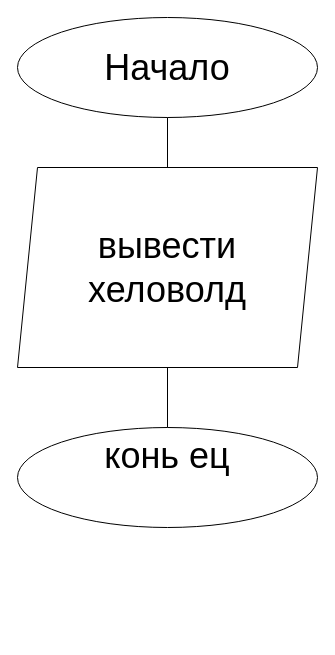
Above: Untitled Diagram.drawio in fbfbdbnfx/KhadyevKKk (draw.io), before the change. Source tidied: cells renumbered, new cells numbered last; positions are measured from the earlier drawing's top-left corner, leaving out a move shared by most shapes. Both pictures are drawn from the tidied source at 100%, with x=0, y=0 at pixel (17, 17).
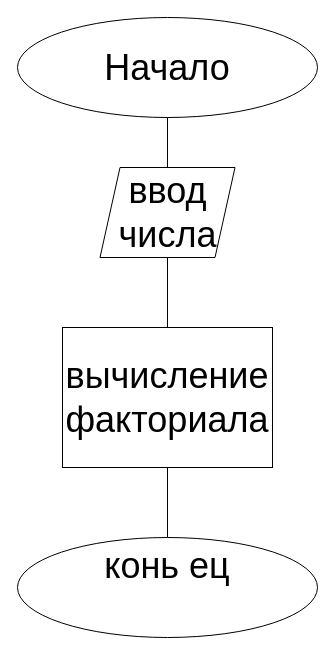
The same page after the edit.

Change to the diagram source:
```diff
@@
 <mxGraphModel>
   <root>
     <mxCell id="0" />
     <mxCell id="1" parent="0" />
     <mxCell id="2" value="Начало" style="ellipse;whiteSpace=wrap;html=1;shapeInside=1;fontSize=36;" parent="1" vertex="1">
       <mxGeometry width="300" height="100" as="geometry" />
     </mxCell>
     <mxCell id="3" value="конь ец&lt;div&gt;&lt;br/&gt;&lt;/div&gt;" style="ellipse;whiteSpace=wrap;html=1;shapeInside=1;fontSize=36;" parent="1" vertex="1">
-      <mxGeometry y="410" width="300" height="100" as="geometry" />
+      <mxGeometry y="520" width="300" height="100" as="geometry" />
     </mxCell>
-    <mxCell id="4" value="вывести хеловолд" style="shape=parallelogram;perimeter=parallelogramPerimeter;whiteSpace=wrap;html=1;shapeInside=1;fixedSize=1;fontSize=36;" parent="1" vertex="1">
-      <mxGeometry y="150" width="300" height="200" as="geometry" />
-    </mxCell>
-    <mxCell id="5" style="endArrow=none;html=1;rounded=0;entryX=0.5;entryY=1;entryDx=0;entryDy=0;exitX=0.5;exitY=0;exitDx=0;exitDy=0;" parent="1" edge="1" source="4" target="2">
-      <mxGeometry relative="1" as="geometry" />
+    <mxCell id="5" style="endArrow=none;html=1;rounded=0;entryX=0.5;entryY=1;entryDx=0;entryDy=0;exitX=0.5;exitY=0;exitDx=0;exitDy=0;" parent="1" edge="1" target="2">
+      <mxGeometry relative="1" as="geometry">
+        <mxPoint x="150" y="155" as="sourcePoint" />
+      </mxGeometry>
     </mxCell>
-    <mxCell id="6" style="endArrow=none;html=1;rounded=0;exitX=0.5;exitY=0;exitDx=0;exitDy=0;entryX=0.5;entryY=1;entryDx=0;entryDy=0;" parent="1" edge="1" source="3" target="4">
-      <mxGeometry relative="1" as="geometry" />
+    <mxCell id="6" style="endArrow=none;html=1;rounded=0;exitX=0.5;exitY=0;exitDx=0;exitDy=0;" parent="1" edge="1" source="3">
+      <mxGeometry relative="1" as="geometry">
+        <mxPoint x="150" y="460" as="targetPoint" />
+        <Array as="points">
+          <mxPoint x="150" y="410" />
+        </Array>
+      </mxGeometry>
     </mxCell>
+    <mxCell id="7" value="ввод числа" style="shape=parallelogram;perimeter=parallelogramPerimeter;whiteSpace=wrap;html=1;shapeInside=1;fixedSize=1;fontSize=36;" parent="1" vertex="1">
+      <mxGeometry x="82.5" y="150" width="135" height="90" as="geometry" />
+    </mxCell>
+    <mxCell id="8" value="&lt;font style=&quot;font-size: 36px;&quot;&gt;вычисление факториала&lt;/font&gt;" style="rounded=0;whiteSpace=wrap;html=1;" parent="1" vertex="1">
+      <mxGeometry x="45" y="310" width="210" height="140" as="geometry" />
+    </mxCell>
+    <mxCell id="9" style="endArrow=none;html=1;rounded=0;entryX=0.5;entryY=1;entryDx=0;entryDy=0;exitX=0.5;exitY=0;exitDx=0;exitDy=0;" parent="1" edge="1" source="8" target="7">
+      <mxGeometry relative="1" as="geometry" />
+    </mxCell>
   </root>
 </mxGraphModel>
```
